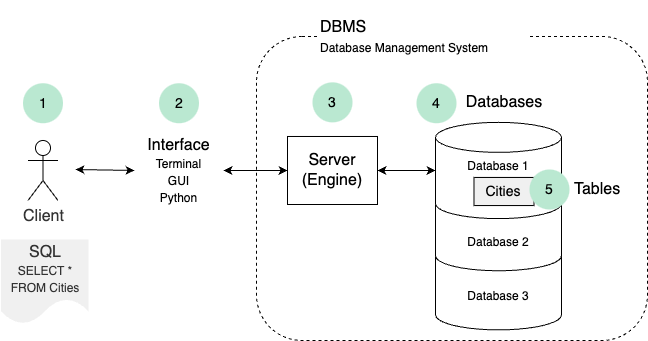
Before: co1/sql-server-client.drawio.png, a diagram exported from draw.io (pyville-dotcom/datasets). Source tidied: cells renumbered, new cells last; positions are measured from the earlier drawing's top-left corner, leaving out a move shared by most shapes.
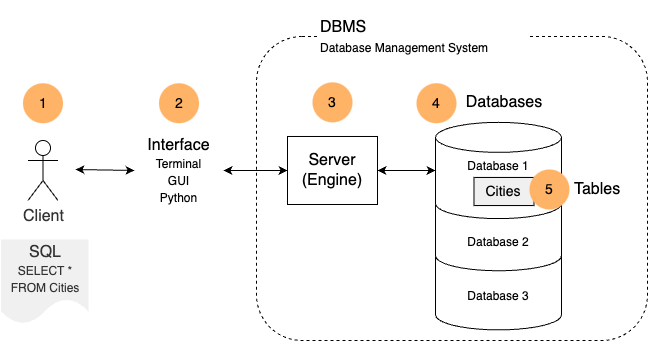
Above is the later version.

Change to the diagram source:
```diff
@@ -28,16 +28,16 @@
     <mxCell id="9" value="&lt;font style=&quot;font-size: 16px;&quot;&gt;Interface&lt;br style=&quot;&quot;&gt;&lt;/font&gt;&lt;font style=&quot;font-size: 12px;&quot;&gt;Terminal&lt;br style=&quot;&quot;&gt;GUI&lt;br style=&quot;&quot;&gt;Python&lt;/font&gt;" style="text;html=1;strokeColor=none;fillColor=none;align=center;verticalAlign=middle;whiteSpace=wrap;rounded=0;fontSize=14;fontStyle=0;" parent="1" vertex="1">
       <mxGeometry x="134" y="102.5" width="89" height="135" as="geometry" />
     </mxCell>
-    <mxCell id="10" value="1" style="ellipse;whiteSpace=wrap;html=1;strokeColor=none;fillColor=#BAE8D1;fontStyle=0;fontSize=14;" parent="1" vertex="1">
+    <mxCell id="10" value="1" style="ellipse;whiteSpace=wrap;html=1;strokeColor=none;fillColor=#FFB366;fontStyle=0;fontSize=14;" parent="1" vertex="1">
       <mxGeometry x="22.5" y="82.7" width="40" height="40" as="geometry" />
     </mxCell>
-    <mxCell id="11" value="2" style="ellipse;whiteSpace=wrap;html=1;strokeColor=none;fillColor=#BAE8D1;fontStyle=0;fontSize=14;" parent="1" vertex="1">
+    <mxCell id="11" value="2" style="ellipse;whiteSpace=wrap;html=1;strokeColor=none;fillColor=#FFB366;fontStyle=0;fontSize=14;" parent="1" vertex="1">
       <mxGeometry x="158.5" y="82.7" width="40" height="40" as="geometry" />
     </mxCell>
-    <mxCell id="12" value="3" style="ellipse;whiteSpace=wrap;html=1;strokeColor=none;fillColor=#BAE8D1;fontStyle=0;fontSize=14;" parent="1" vertex="1">
+    <mxCell id="12" value="3" style="ellipse;whiteSpace=wrap;html=1;strokeColor=none;fillColor=#FFB366;fontStyle=0;fontSize=14;" parent="1" vertex="1">
       <mxGeometry x="312" y="81.9" width="40" height="40" as="geometry" />
     </mxCell>
-    <mxCell id="13" value="4" style="ellipse;whiteSpace=wrap;html=1;strokeColor=none;fillColor=#BAE8D1;fontStyle=0;fontSize=14;" parent="1" vertex="1">
+    <mxCell id="13" value="4" style="ellipse;whiteSpace=wrap;html=1;strokeColor=none;fillColor=#FFB366;fontStyle=0;fontSize=14;" parent="1" vertex="1">
       <mxGeometry x="416" y="82.7" width="40" height="40" as="geometry" />
     </mxCell>
     <mxCell id="14" value="&lt;font style=&quot;font-size: 16px;&quot;&gt;SQL&lt;br style=&quot;&quot;&gt;&lt;/font&gt;&lt;font style=&quot;font-size: 12px;&quot;&gt;SELECT * &lt;br style=&quot;&quot;&gt;FROM Cities&lt;/font&gt;" style="shape=document;whiteSpace=wrap;html=1;boundedLbl=1;fontColor=#333333;fillColor=#F0F0F0;fontSize=14;fontStyle=0;strokeColor=none;" parent="1" vertex="1">
@@ -64,7 +64,7 @@
     <mxCell id="21" value="Cities" style="rounded=0;whiteSpace=wrap;html=1;fillColor=#F0F0F0;fontStyle=0;fontSize=14;" parent="17" vertex="1">
       <mxGeometry x="38.5" y="55.1" width="60" height="28.1" as="geometry" />
     </mxCell>
-    <mxCell id="22" value="5" style="ellipse;whiteSpace=wrap;html=1;strokeColor=none;fillColor=#BAE8D1;fontStyle=0;fontSize=14;" parent="1" vertex="1">
+    <mxCell id="22" value="5" style="ellipse;whiteSpace=wrap;html=1;strokeColor=none;fillColor=#FFB366;fontStyle=0;fontSize=14;" parent="1" vertex="1">
       <mxGeometry x="529" y="169" width="40" height="40" as="geometry" />
     </mxCell>
   </root>
```
